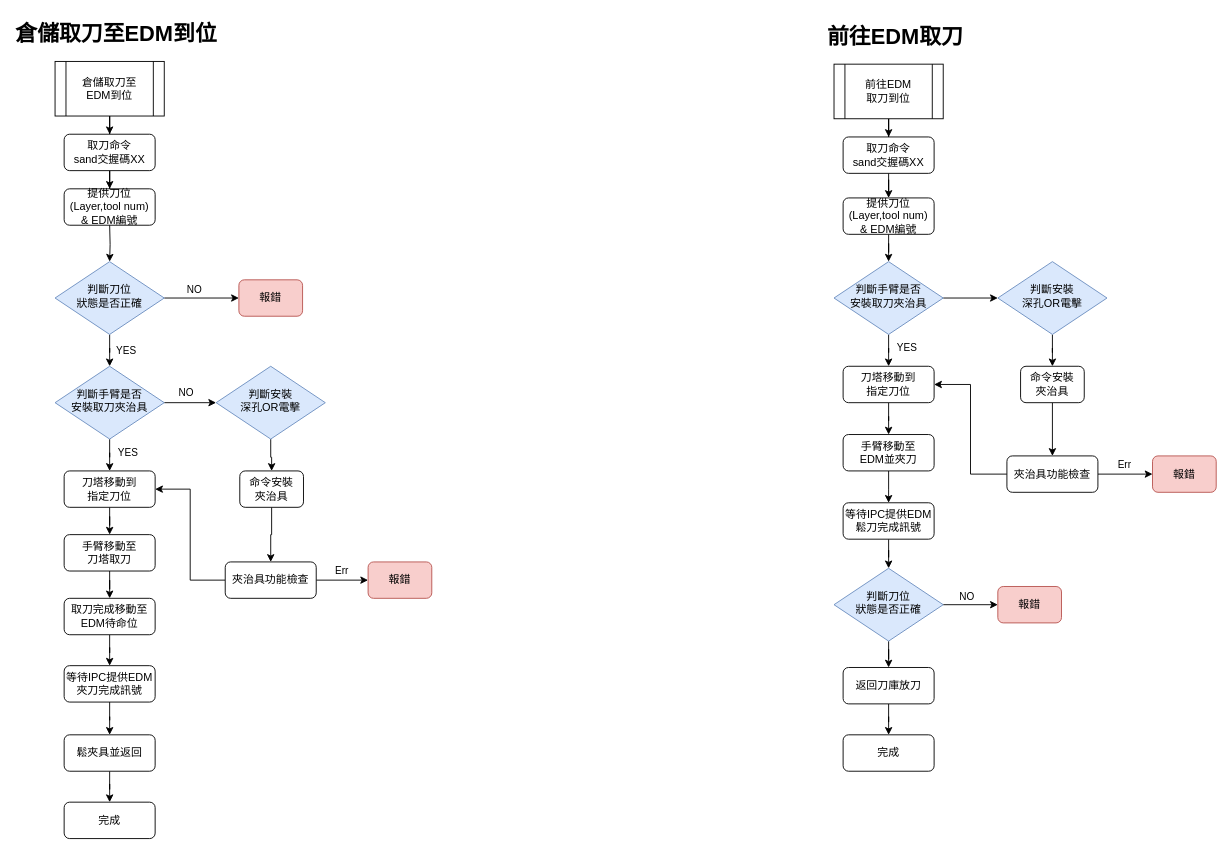
Before: page "自動取放刀" (4 of 6) of 上位系統交握流程.drawio in ChiangRyan/process-diagram, a draw.io diagram. Source tidied: cells renumbered, new cells numbered last; positions are measured from the earlier drawing's top-left corner, leaving out a move shared by most shapes. Both pictures are drawn from the tidied source at 91%, with x=0, y=0 at pixel (55, 15).
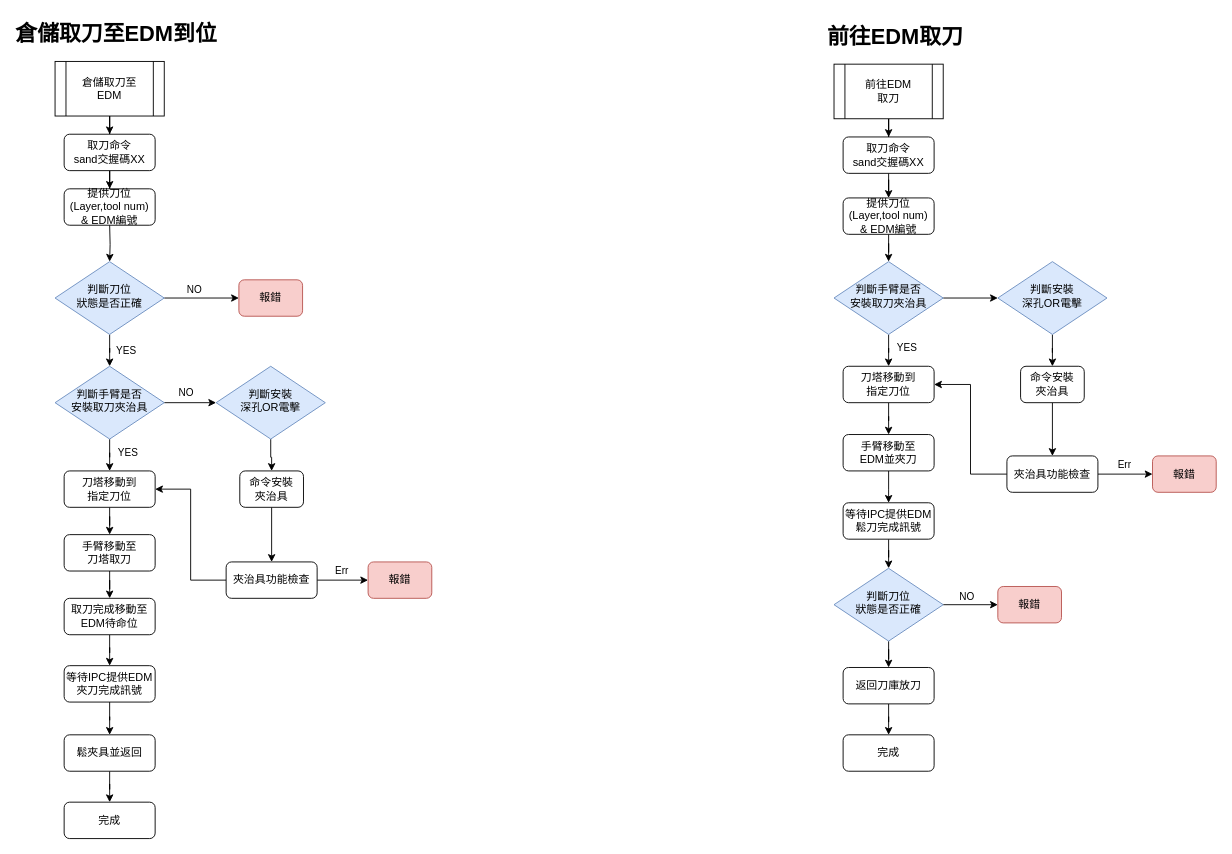
After the change.

Commit message:
更新上位系統交握流程.drawio

Diff of the diagram source:
```diff
@@
-    <mxCell id="4" value="倉儲取刀&lt;span style=&quot;background-color: initial;&quot;&gt;至&lt;/span&gt;&lt;div&gt;&lt;div&gt;EDM到位&lt;/div&gt;&lt;/div&gt;" style="shape=process;whiteSpace=wrap;html=1;backgroundOutline=1;" parent="1" vertex="1">
+    <mxCell id="4" value="倉儲取刀&lt;span style=&quot;background-color: initial;&quot;&gt;至&lt;/span&gt;&lt;div&gt;&lt;div&gt;EDM&lt;/div&gt;&lt;/div&gt;" style="shape=process;whiteSpace=wrap;html=1;backgroundOutline=1;" parent="1" vertex="1">
       <mxGeometry y="50" width="120" height="60" as="geometry" />
     </mxCell>
@@
     <mxCell id="35" value="夾治具功能檢查" style="rounded=1;whiteSpace=wrap;html=1;fontSize=12;glass=0;strokeWidth=1;shadow=0;" parent="1" vertex="1">
-      <mxGeometry x="187" y="600" width="100" height="40" as="geometry" />
+      <mxGeometry x="188" y="600" width="100" height="40" as="geometry" />
     </mxCell>
@@
-    <mxCell id="38" value="前往EDM&lt;div&gt;取刀到位&lt;/div&gt;" style="shape=process;whiteSpace=wrap;html=1;backgroundOutline=1;" parent="1" vertex="1">
+    <mxCell id="38" value="前往EDM&lt;div&gt;取刀&lt;/div&gt;" style="shape=process;whiteSpace=wrap;html=1;backgroundOutline=1;" parent="1" vertex="1">
       <mxGeometry x="856" y="53" width="120" height="60" as="geometry" />
     </mxCell>
```
